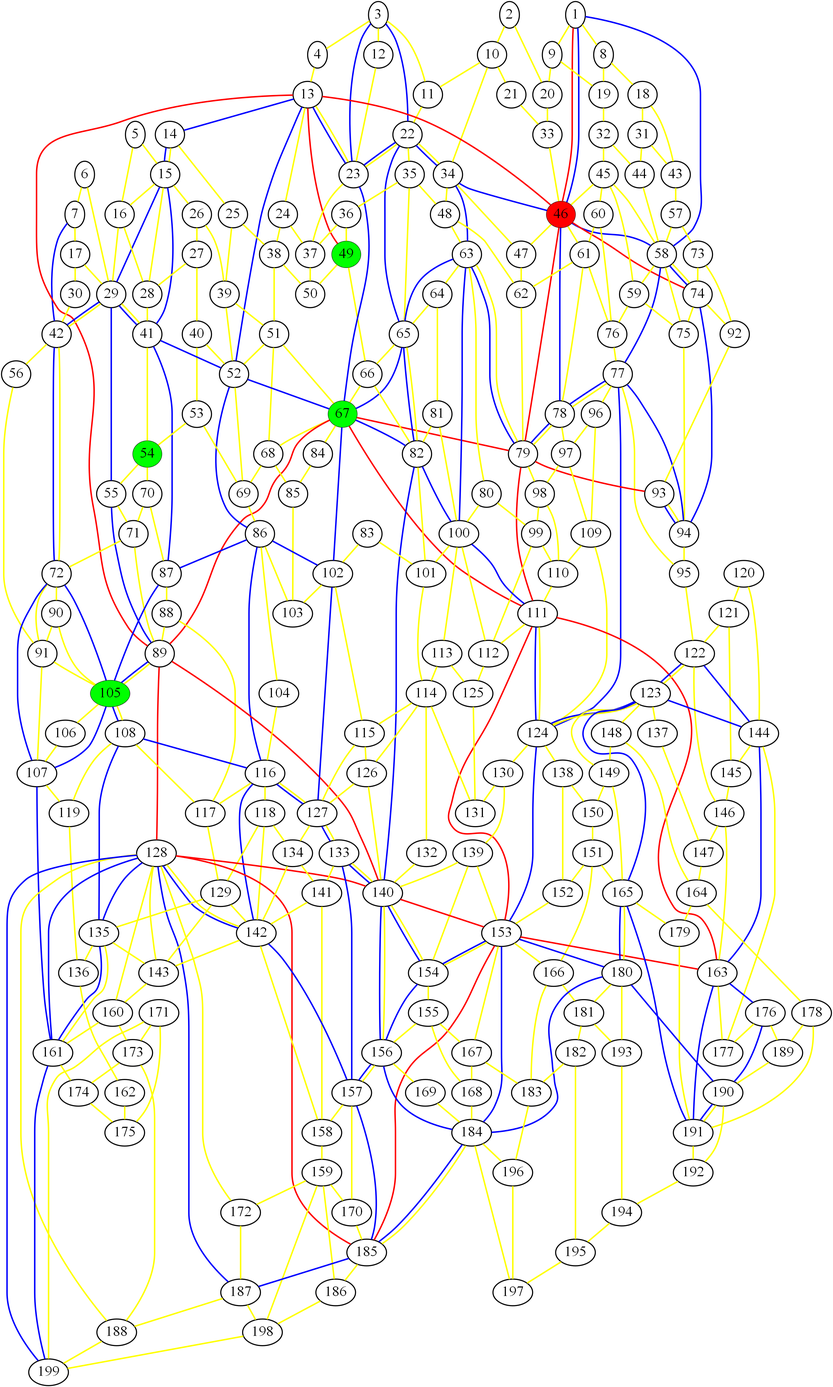
ed-churchill/complex-systems-project keeps this Graphviz diagram as graph_4.png. Above is the earlier version. Its source is kept beside it as graph_4.gv.
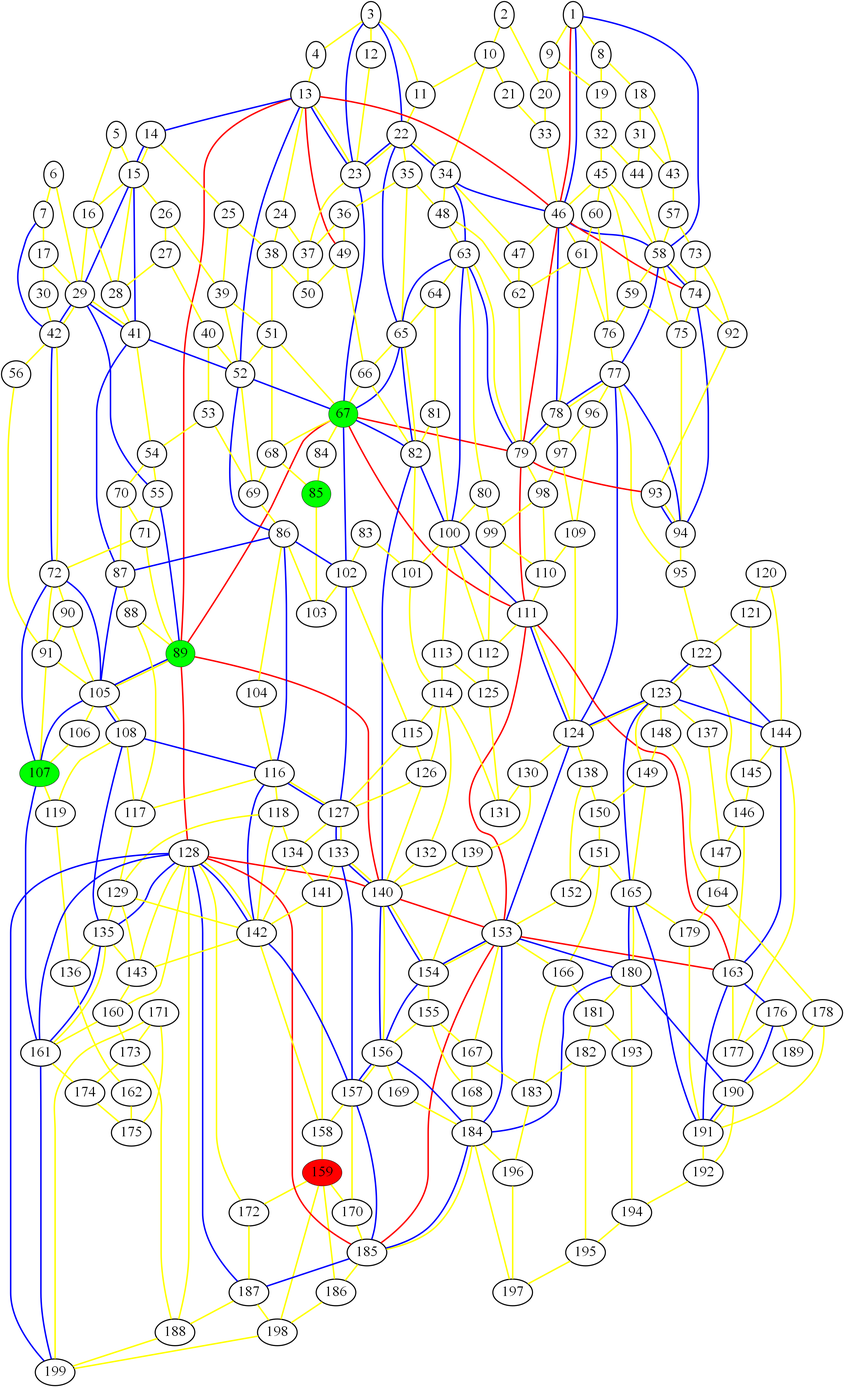
After the change.

Diff of the diagram source:
```diff
@@ -1,9 +1,9 @@
 graph london_graph {
-46 [fillcolor=red, fontsize=40, pendwidth=3, style=filled];
-105 [fillcolor=green, fontsize=40, pendwidth=3, style=filled];
-49 [fillcolor=green, fontsize=40, pendwidth=3, style=filled];
-54 [fillcolor=green, fontsize=40, pendwidth=3, style=filled];
+159 [fillcolor=red, fontsize=40, pendwidth=3, style=filled];
+107 [fillcolor=green, fontsize=40, pendwidth=3, style=filled];
 67 [fillcolor=green, fontsize=40, pendwidth=3, style=filled];
+85 [fillcolor=green, fontsize=40, pendwidth=3, style=filled];
+89 [fillcolor=green, fontsize=40, pendwidth=3, style=filled];
 1 [fontsize=40, penwidth=3];
 2 [fontsize=40, penwidth=3];
 3 [fontsize=40, penwidth=3];
@@ -49,12 +49,15 @@
 43 [fontsize=40, penwidth=3];
 44 [fontsize=40, penwidth=3];
 45 [fontsize=40, penwidth=3];
+46 [fontsize=40, penwidth=3];
 47 [fontsize=40, penwidth=3];
 48 [fontsize=40, penwidth=3];
+49 [fontsize=40, penwidth=3];
 50 [fontsize=40, penwidth=3];
 51 [fontsize=40, penwidth=3];
 52 [fontsize=40, penwidth=3];
 53 [fontsize=40, penwidth=3];
+54 [fontsize=40, penwidth=3];
 55 [fontsize=40, penwidth=3];
 56 [fontsize=40, penwidth=3];
 57 [fontsize=40, penwidth=3];
@@ -84,11 +87,9 @@
 82 [fontsize=40, penwidth=3];
 83 [fontsize=40, penwidth=3];
 84 [fontsize=40, penwidth=3];
-85 [fontsize=40, penwidth=3];
 86 [fontsize=40, penwidth=3];
 87 [fontsize=40, penwidth=3];
 88 [fontsize=40, penwidth=3];
-89 [fontsize=40, penwidth=3];
 90 [fontsize=40, penwidth=3];
 91 [fontsize=40, penwidth=3];
 92 [fontsize=40, penwidth=3];
@@ -104,8 +105,8 @@
 102 [fontsize=40, penwidth=3];
 103 [fontsize=40, penwidth=3];
 104 [fontsize=40, penwidth=3];
+105 [fontsize=40, penwidth=3];
 106 [fontsize=40, penwidth=3];
-107 [fontsize=40, penwidth=3];
 108 [fontsize=40, penwidth=3];
 109 [fontsize=40, penwidth=3];
 110 [fontsize=40, penwidth=3];
@@ -157,7 +158,6 @@
 156 [fontsize=40, penwidth=3];
 157 [fontsize=40, penwidth=3];
 158 [fontsize=40, penwidth=3];
-159 [fontsize=40, penwidth=3];
 160 [fontsize=40, penwidth=3];
 161 [fontsize=40, penwidth=3];
 162 [fontsize=40, penwidth=3];
```
